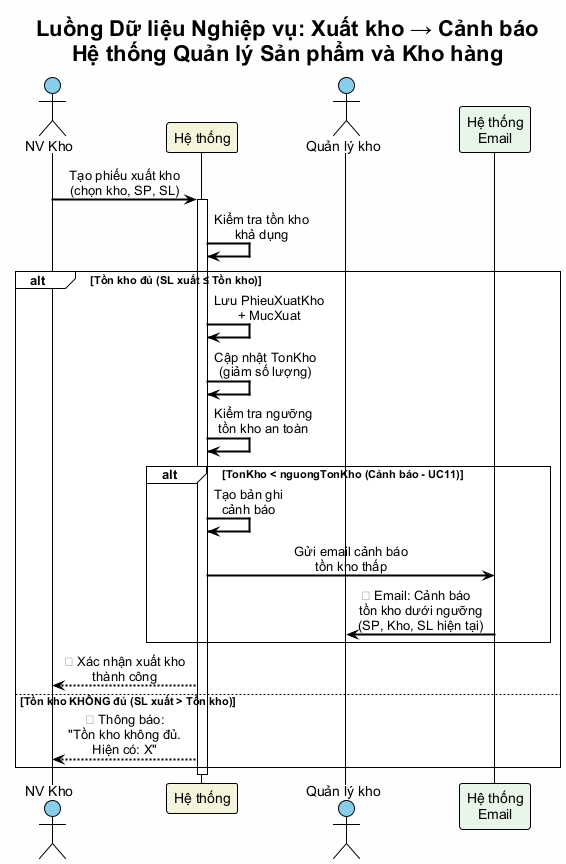
This is BTL-QuanLyKhoHang/diagrams/functional-model-flow-xuat-canh-bao.png from vuhoabinh2416137/G8_Quanlysanphamvakhohang, a PlantUML export, as it was before one commit.
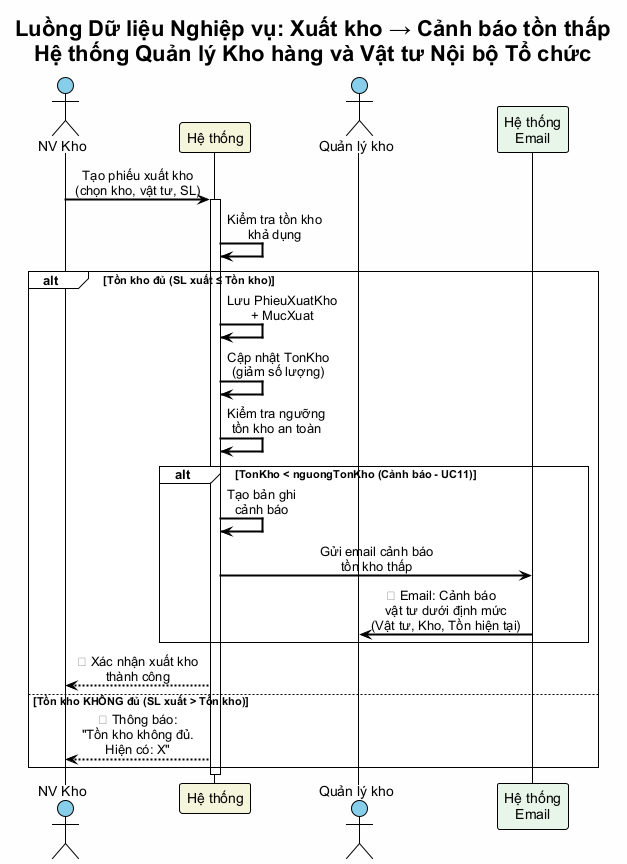
The same diagram one commit later.

Diff of the diagram source:
```diff
@@ -5,14 +5,14 @@
 skinparam sequenceArrowThickness 2
 skinparam sequenceMessageAlign center
 
-title Luồng Dữ liệu Nghiệp vụ: Xuất kho → Cảnh báo\nHệ thống Quản lý Sản phẩm và Kho hàng
+title Luồng Dữ liệu Nghiệp vụ: Xuất kho → Cảnh báo tồn thấp\nHệ thống Quản lý Kho hàng và Vật tư Nội bộ Tổ chức
 
 actor "NV Kho" as NV_K #87CEEB
 participant "Hệ thống" as HT #F5F5DC
 actor "Quản lý kho" as QLK #87CEEB
 participant "Hệ thống\nEmail" as EMAIL #E8F5E9
 
-NV_K -> HT : Tạo phiếu xuất kho\n(chọn kho, SP, SL)
+NV_K -> HT : Tạo phiếu xuất kho\n(chọn kho, vật tư, SL)
 activate HT
 
 HT -> HT : Kiểm tra tồn kho\nkhả dụng
@@ -27,7 +27,7 @@
     alt TonKho < nguongTonKho (Cảnh báo - UC11)
         HT -> HT : Tạo bản ghi\ncảnh báo
         HT -> EMAIL : Gửi email cảnh báo\ntồn kho thấp
-        EMAIL -> QLK : ⚠️ Email: Cảnh báo\ntồn kho dưới ngưỡng\n(SP, Kho, SL hiện tại)
+        EMAIL -> QLK : ⚠️ Email: Cảnh báo\nvật tư dưới định mức\n(Vật tư, Kho, Tồn hiện tại)
     end
 
     HT --> NV_K : ✅ Xác nhận xuất kho\nthành công
```
